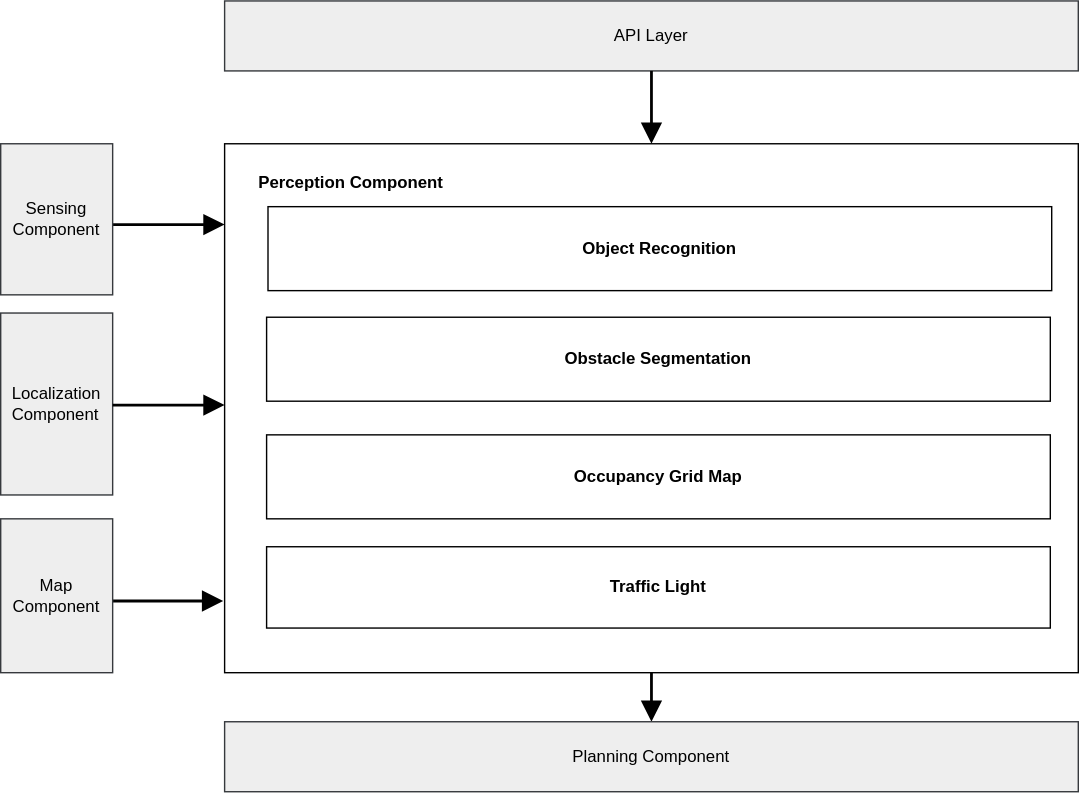
Above: docs/design/autoware-architecture/perception/image/high-level-perception-diagram.drawio.svg in autowarefoundation/autoware-documentation (draw.io), before the change. Source tidied: cells renumbered, new cells last; positions are measured from the earlier drawing's top-left corner, leaving out a move shared by most shapes.
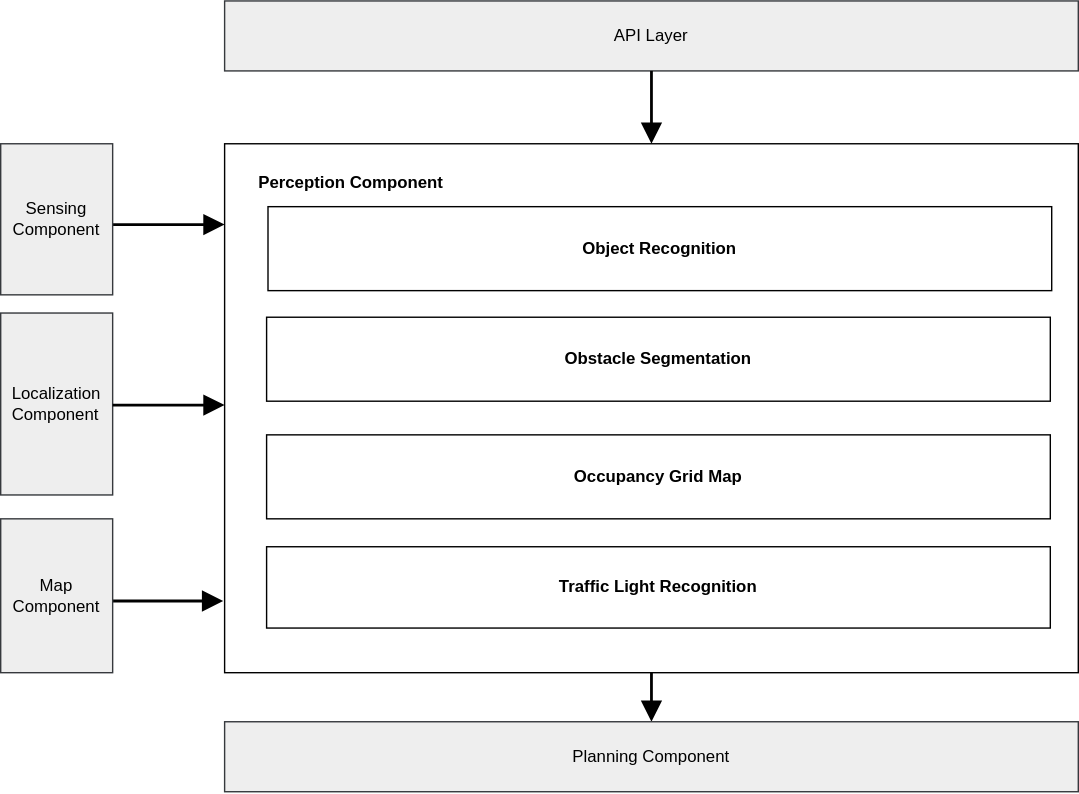
Later version of the same file.

Commit message:
docs: update architecture diagram

The edit, as a diff of the source:
```diff
@@ -38,7 +38,7 @@
         <mxPoint x="160" y="288.8" as="targetPoint" />
       </mxGeometry>
     </mxCell>
-    <mxCell id="12" value="&lt;b&gt;Traffic Light&lt;br&gt;&lt;/b&gt;" style="rounded=0;whiteSpace=wrap;html=1;verticalAlign=middle;labelBackgroundColor=none;shadow=0;" parent="1" vertex="1">
+    <mxCell id="12" value="&lt;b&gt;Traffic Light Recognition&lt;br&gt;&lt;/b&gt;" style="rounded=0;whiteSpace=wrap;html=1;verticalAlign=middle;labelBackgroundColor=none;shadow=0;" parent="1" vertex="1">
       <mxGeometry x="190" y="390" width="560" height="58.1" as="geometry" />
     </mxCell>
     <mxCell id="13" value="&lt;b&gt;Occupancy Grid Map&lt;br&gt;&lt;/b&gt;" style="rounded=0;whiteSpace=wrap;html=1;verticalAlign=middle;labelBackgroundColor=none;shadow=0;" parent="1" vertex="1">
```
